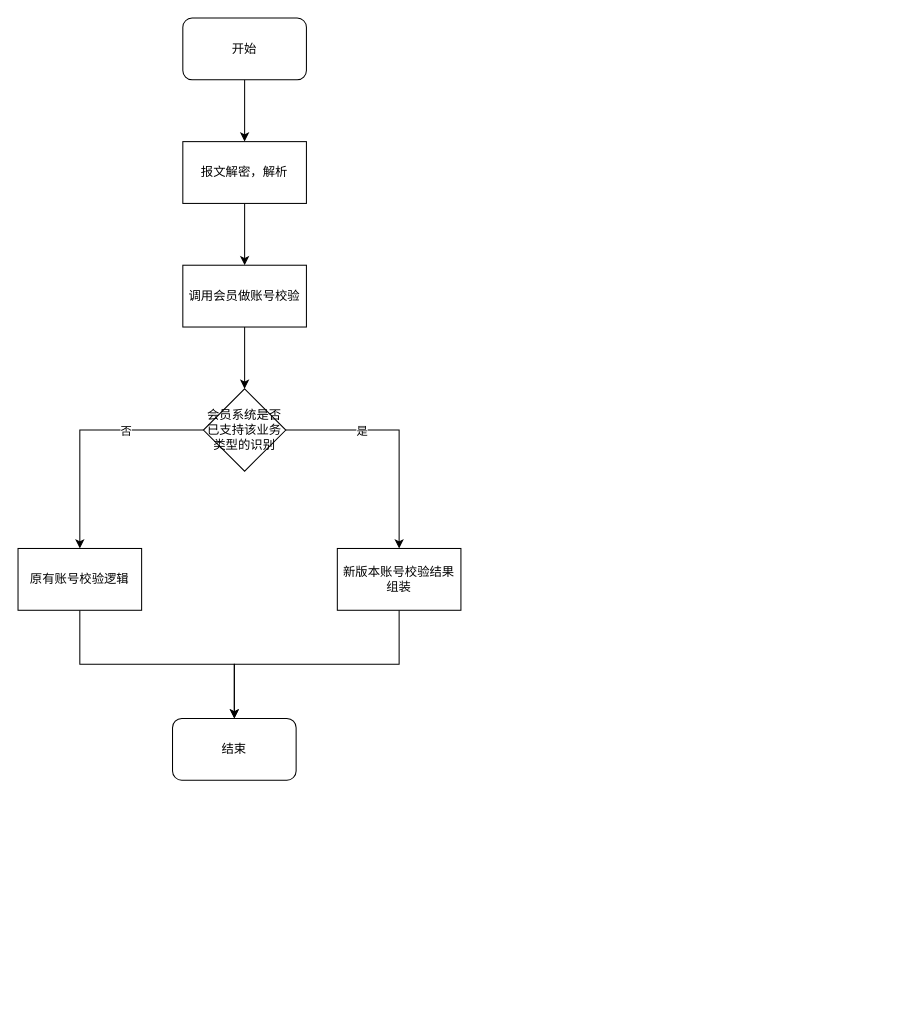
Earlier version of the draw.io diagram NIBSS入金异步化改造.drawio (catface996/images). Source tidied: cells renumbered, new cells numbered last; positions are measured from the earlier drawing's top-left corner, leaving out a move shared by most shapes. Both pictures are drawn from the tidied source at 103%, with x=0, y=0 at pixel (18, 18).
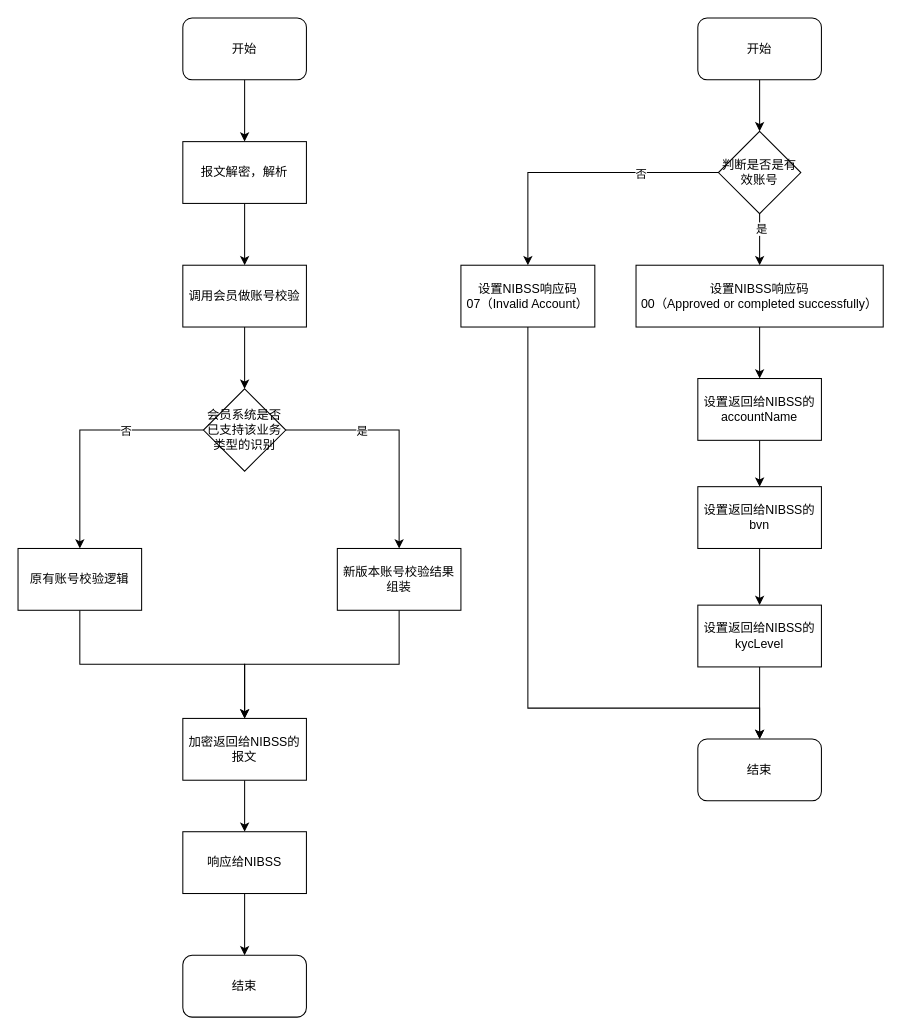
After the change.

Commit message (it also covers changes not shown here):
更新NIBSS入金异步化改造.drawio

Unchanged cells that the change refers to:
```xml
<mxCell id="14" value="原有账号校验逻辑" style="rounded=0;whiteSpace=wrap;html=1;" parent="1" vertex="1">
  <mxGeometry y="515" width="120" height="60" as="geometry" />
</mxCell>
<mxCell id="17" value="新版本账号校验结果组装" style="rounded=0;whiteSpace=wrap;html=1;" parent="1" vertex="1">
  <mxGeometry x="310" y="515" width="120" height="60" as="geometry" />
</mxCell>
```

The edit, as a diff of the source:
```diff
@@
-    <mxCell id="13" style="edgeStyle=orthogonalEdgeStyle;rounded=0;jettySize=auto;html=1;entryX=0.5;entryY=0;entryDx=0;entryDy=0;exitX=0.5;exitY=1;exitDx=0;exitDy=0;" parent="1" edge="1" source="14" target="15">
-      <mxGeometry relative="1" as="geometry" />
-    </mxCell>
+    <mxCell id="18" style="edgeStyle=orthogonalEdgeStyle;rounded=0;jettySize=auto;html=1;entryX=0.5;entryY=0;entryDx=0;entryDy=0;exitX=0.5;exitY=1;exitDx=0;exitDy=0;" parent="1" edge="1" source="14" target="38">
+      <mxGeometry relative="1" as="geometry" />
+    </mxCell>
@@
-    <mxCell id="15" value="结束" style="rounded=1;whiteSpace=wrap;html=1;" parent="1" vertex="1">
-      <mxGeometry x="150" y="680" width="120" height="60" as="geometry" />
-    </mxCell>
-    <mxCell id="16" style="edgeStyle=orthogonalEdgeStyle;rounded=0;jettySize=auto;html=1;entryX=0.5;entryY=0;entryDx=0;entryDy=0;exitX=0.5;exitY=1;exitDx=0;exitDy=0;" parent="1" edge="1" source="17" target="15">
-      <mxGeometry relative="1" as="geometry" />
-    </mxCell>
+    <mxCell id="19" style="edgeStyle=orthogonalEdgeStyle;rounded=0;jettySize=auto;html=1;entryX=0.5;entryY=0;entryDx=0;entryDy=0;exitX=0.5;exitY=1;exitDx=0;exitDy=0;" parent="1" edge="1" source="17" target="38">
+      <mxGeometry relative="1" as="geometry" />
+    </mxCell>
@@
+    <mxCell id="20" style="edgeStyle=orthogonalEdgeStyle;rounded=0;jettySize=auto;html=1;entryX=0.5;entryY=0;entryDx=0;entryDy=0;" parent="1" edge="1" source="21" target="26">
+      <mxGeometry relative="1" as="geometry" />
+    </mxCell>
+    <mxCell id="21" value="开始" style="rounded=1;whiteSpace=wrap;html=1;" parent="1" vertex="1">
+      <mxGeometry x="660" width="120" height="60" as="geometry" />
+    </mxCell>
+    <mxCell id="22" style="edgeStyle=orthogonalEdgeStyle;rounded=0;jettySize=auto;html=1;entryX=0.5;entryY=0;entryDx=0;entryDy=0;" parent="1" edge="1" source="26" target="28">
+      <mxGeometry relative="1" as="geometry" />
+    </mxCell>
+    <mxCell id="23" value="否" style="edgeLabel;html=1;align=center;verticalAlign=middle;" parent="22" vertex="1">
+      <mxGeometry x="-0.45" y="1" relative="1" as="geometry" />
+    </mxCell>
+    <mxCell id="24" style="edgeStyle=orthogonalEdgeStyle;rounded=0;jettySize=auto;html=1;entryX=0.5;entryY=0;entryDx=0;entryDy=0;" parent="1" edge="1" source="26" target="30">
+      <mxGeometry relative="1" as="geometry" />
+    </mxCell>
+    <mxCell id="25" value="是" style="edgeLabel;html=1;align=center;verticalAlign=middle;" parent="24" vertex="1">
+      <mxGeometry x="-0.43" y="1" relative="1" as="geometry" />
+    </mxCell>
+    <mxCell id="26" value="判断是否是有效账号" style="rhombus;whiteSpace=wrap;html=1;" parent="1" vertex="1">
+      <mxGeometry x="680" y="110" width="80" height="80" as="geometry" />
+    </mxCell>
+    <mxCell id="27" style="edgeStyle=orthogonalEdgeStyle;rounded=0;jettySize=auto;html=1;entryX=0.5;entryY=0;entryDx=0;entryDy=0;" parent="1" edge="1" source="28" target="42">
+      <mxGeometry relative="1" as="geometry">
+        <Array as="points">
+          <mxPoint x="495" y="670" />
+          <mxPoint x="720" y="670" />
+        </Array>
+      </mxGeometry>
+    </mxCell>
+    <mxCell id="28" value="设置NIBSS响应码&lt;br&gt;07（Invalid Account）" style="rounded=0;whiteSpace=wrap;html=1;" parent="1" vertex="1">
+      <mxGeometry x="430" y="240" width="130" height="60" as="geometry" />
+    </mxCell>
+    <mxCell id="29" style="edgeStyle=orthogonalEdgeStyle;rounded=0;jettySize=auto;html=1;entryX=0.5;entryY=0;entryDx=0;entryDy=0;" parent="1" edge="1" source="30" target="32">
+      <mxGeometry relative="1" as="geometry" />
+    </mxCell>
+    <mxCell id="30" value="设置NIBSS响应码&lt;br&gt;00（Approved or completed successfully&lt;span style=&quot;background-color: initial;&quot;&gt;）&lt;/span&gt;" style="rounded=0;whiteSpace=wrap;html=1;" parent="1" vertex="1">
+      <mxGeometry x="600" y="240" width="240" height="60" as="geometry" />
+    </mxCell>
+    <mxCell id="31" style="edgeStyle=orthogonalEdgeStyle;rounded=0;jettySize=auto;html=1;entryX=0.5;entryY=0;entryDx=0;entryDy=0;" parent="1" edge="1" source="32" target="34">
+      <mxGeometry relative="1" as="geometry" />
+    </mxCell>
+    <mxCell id="32" value="设置返回给NIBSS的&lt;br&gt;accountName" style="rounded=0;whiteSpace=wrap;html=1;" parent="1" vertex="1">
+      <mxGeometry x="660" y="350" width="120" height="60" as="geometry" />
+    </mxCell>
+    <mxCell id="33" style="edgeStyle=orthogonalEdgeStyle;rounded=0;jettySize=auto;html=1;entryX=0.5;entryY=0;entryDx=0;entryDy=0;" parent="1" edge="1" source="34" target="36">
+      <mxGeometry relative="1" as="geometry" />
+    </mxCell>
+    <mxCell id="34" value="设置返回给NIBSS的&lt;br&gt;bvn" style="rounded=0;whiteSpace=wrap;html=1;" parent="1" vertex="1">
+      <mxGeometry x="660" y="455" width="120" height="60" as="geometry" />
+    </mxCell>
+    <mxCell id="35" style="edgeStyle=orthogonalEdgeStyle;rounded=0;jettySize=auto;html=1;entryX=0.5;entryY=0;entryDx=0;entryDy=0;" parent="1" edge="1" source="36" target="42">
+      <mxGeometry relative="1" as="geometry" />
+    </mxCell>
+    <mxCell id="36" value="设置返回给NIBSS的&lt;br&gt;kycLevel" style="rounded=0;whiteSpace=wrap;html=1;" parent="1" vertex="1">
+      <mxGeometry x="660" y="570" width="120" height="60" as="geometry" />
+    </mxCell>
+    <mxCell id="37" style="edgeStyle=orthogonalEdgeStyle;rounded=0;jettySize=auto;html=1;entryX=0.5;entryY=0;entryDx=0;entryDy=0;" parent="1" edge="1" source="38" target="40">
+      <mxGeometry relative="1" as="geometry" />
+    </mxCell>
+    <mxCell id="38" value="加密返回给NIBSS的报文" style="rounded=0;whiteSpace=wrap;html=1;" parent="1" vertex="1">
+      <mxGeometry x="160" y="680" width="120" height="60" as="geometry" />
+    </mxCell>
+    <mxCell id="39" style="edgeStyle=orthogonalEdgeStyle;rounded=0;jettySize=auto;html=1;entryX=0.5;entryY=0;entryDx=0;entryDy=0;" parent="1" edge="1" source="40" target="41">
+      <mxGeometry relative="1" as="geometry" />
+    </mxCell>
+    <mxCell id="40" value="响应给NIBSS" style="rounded=0;whiteSpace=wrap;html=1;" parent="1" vertex="1">
+      <mxGeometry x="160" y="790" width="120" height="60" as="geometry" />
+    </mxCell>
+    <mxCell id="41" value="结束" style="rounded=1;whiteSpace=wrap;html=1;" parent="1" vertex="1">
+      <mxGeometry x="160" y="910" width="120" height="60" as="geometry" />
+    </mxCell>
+    <mxCell id="42" value="结束" style="rounded=1;whiteSpace=wrap;html=1;" parent="1" vertex="1">
+      <mxGeometry x="660" y="700" width="120" height="60" as="geometry" />
+    </mxCell>
```
